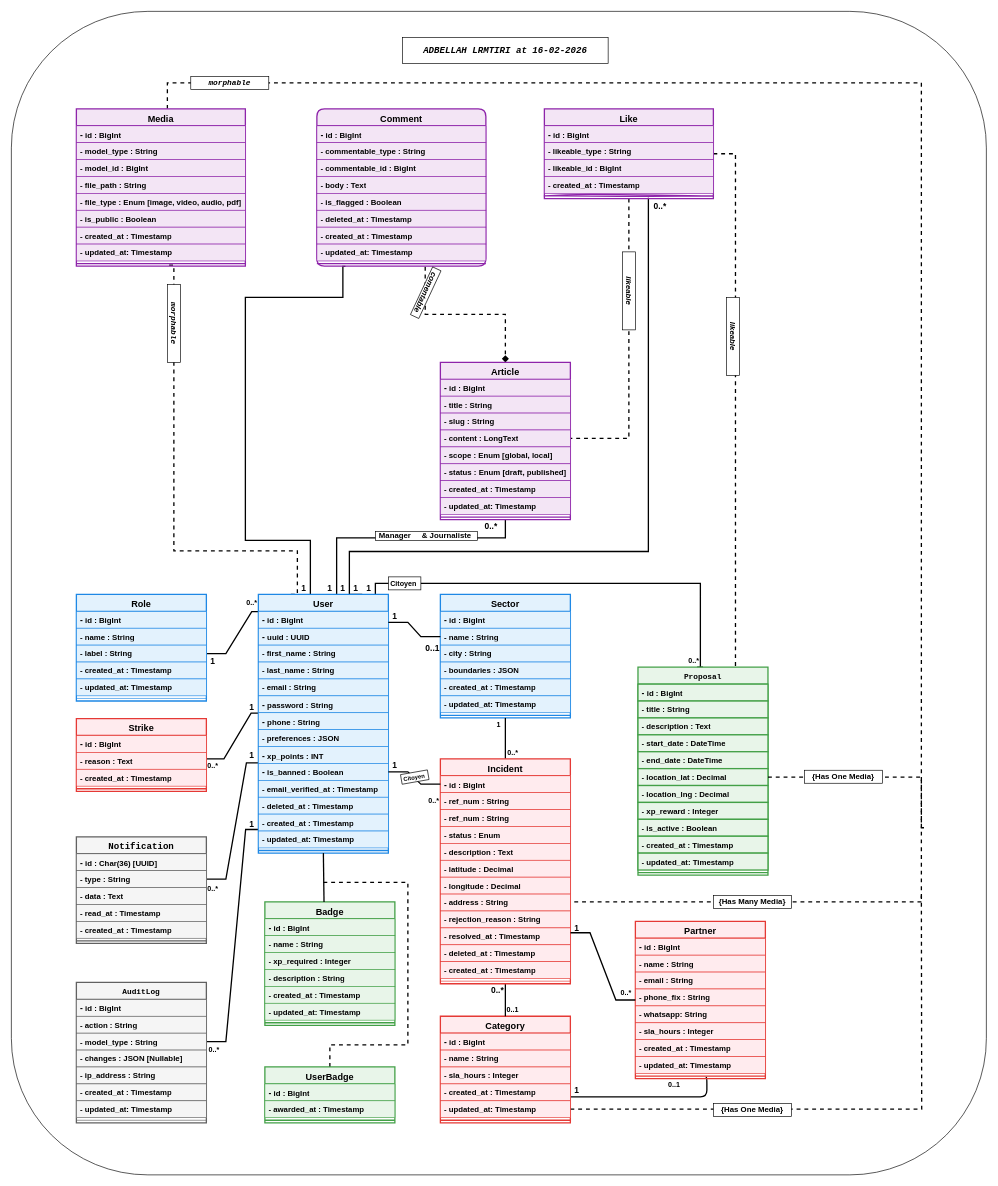
The draw.io diagram Dossier de Conception/diagramme Classe final Safi Pulse drow.drawio in AbdellahLemtiri/CityPulse-FR, before the edit. Source tidied: cells renumbered, new cells numbered last; positions are measured from the earlier drawing's top-left corner, leaving out a move shared by most shapes. Both pictures are drawn from the tidied source at 65%, with x=0, y=0 at pixel (11, 11).
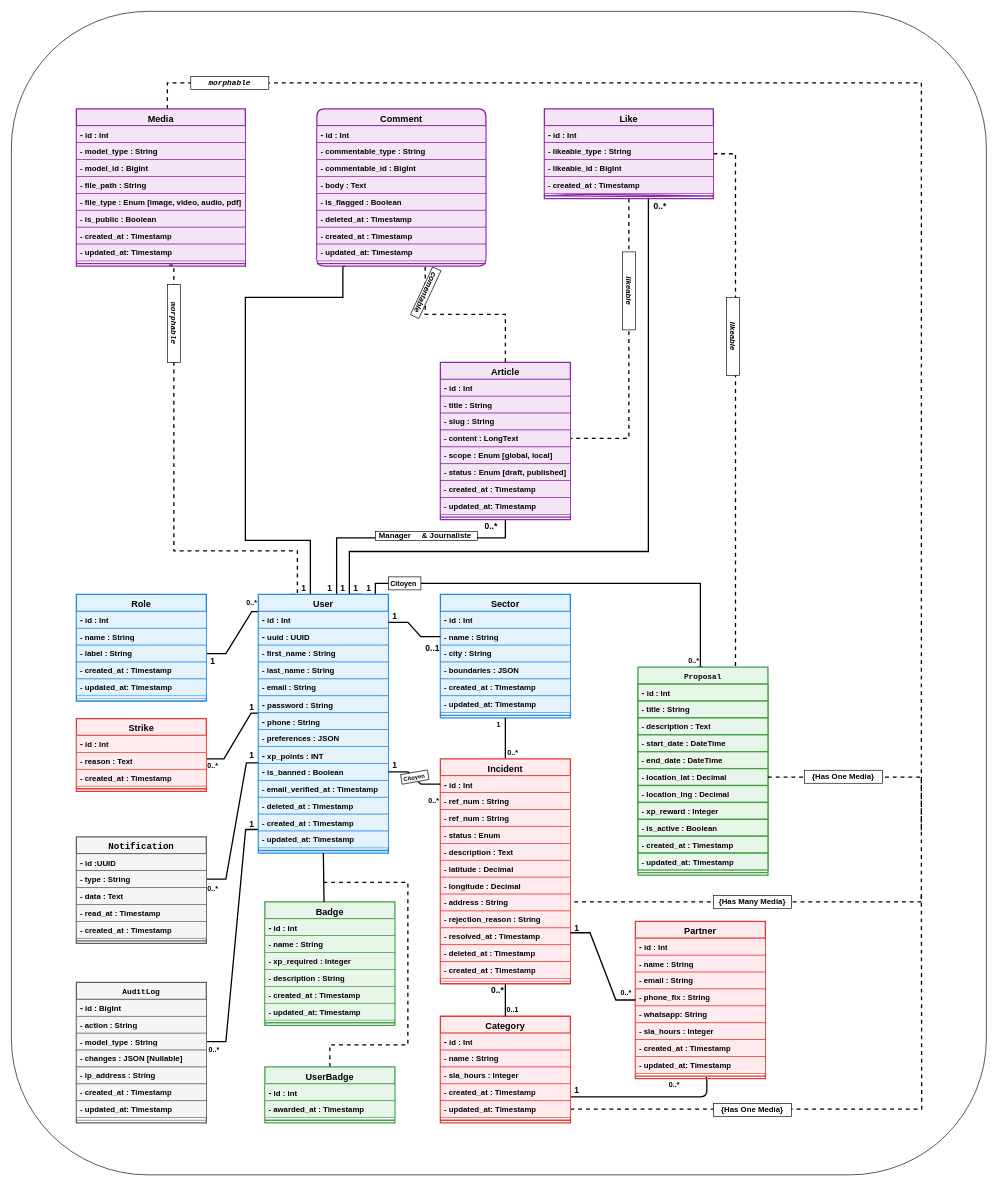
After the change.

The change refers to these unchanged cells:
```xml
<mxCell id="13" value="&lt;font style=&quot;font-size: 14px;&quot;&gt;User&lt;/font&gt;" style="swimlane;fontStyle=1;align=center;verticalAlign=top;horizontal=1;startSize=26;whiteSpace=wrap;html=1;backgroundOutline=0;fixedWidth=0;strokeWidth=2;fillColor=#E3F2FD;strokeColor=#1E88E5;" parent="1" vertex="1">
  <mxGeometry x="380" y="897" width="200" height="398" as="geometry" />
</mxCell>
<mxCell id="29" value="&lt;font style=&quot;font-size: 14px;&quot;&gt;Role&lt;/font&gt;" style="swimlane;fontStyle=1;align=center;verticalAlign=top;horizontal=1;startSize=26;whiteSpace=wrap;html=1;backgroundOutline=0;fixedWidth=0;strokeWidth=2;fillColor=#E3F2FD;strokeColor=#1E88E5;" parent="1" vertex="1">
  <mxGeometry x="100" y="897" width="200" height="164" as="geometry" />
</mxCell>
<mxCell id="36" value="&lt;font style=&quot;font-size: 14px;&quot;&gt;Sector&lt;/font&gt;" style="swimlane;fontStyle=1;align=center;verticalAlign=top;horizontal=1;startSize=26;whiteSpace=wrap;html=1;backgroundOutline=0;fixedWidth=0;strokeWidth=2;fillColor=#E3F2FD;strokeColor=#1E88E5;" parent="1" vertex="1">
  <mxGeometry x="660" y="897" width="200" height="190" as="geometry" />
</mxCell>
<mxCell id="45" value="&lt;font style=&quot;font-size: 14px;&quot;&gt;Media&lt;/font&gt;" style="swimlane;fontStyle=1;align=center;verticalAlign=top;horizontal=1;startSize=26;whiteSpace=wrap;html=1;backgroundOutline=0;fixedWidth=0;strokeWidth=2;fillColor=#F3E5F5;strokeColor=#8E24AA;" parent="1" vertex="1">
  <mxGeometry x="100" y="150" width="260" height="242" as="geometry" />
</mxCell>
<mxCell id="56" value="&lt;font style=&quot;font-size: 14px;&quot;&gt;Comment&lt;/font&gt;" style="swimlane;fontStyle=1;align=center;verticalAlign=top;horizontal=1;startSize=26;whiteSpace=wrap;html=1;backgroundOutline=0;fixedWidth=0;rounded=1;strokeWidth=2;fillColor=#F3E5F5;strokeColor=#8E24AA;" parent="1" vertex="1">
  <mxGeometry x="470" y="150" width="260" height="242" as="geometry" />
</mxCell>
<mxCell id="65" style="line;strokeWidth=2;align=left;verticalAlign=middle;spacingTop=-1;spacingLeft=3;spacingRight=3;labelPosition=right;points=[];portConstraint=eastwest;fillColor=#F3E5F5;strokeColor=#8E24AA;" parent="56" vertex="1">
  <mxGeometry y="234" width="260" height="8" as="geometry" />
</mxCell>
<mxCell id="68" value="&lt;font style=&quot;font-size: 14px;&quot;&gt;Like&lt;/font&gt;" style="swimlane;fontStyle=1;align=center;verticalAlign=top;horizontal=1;startSize=26;whiteSpace=wrap;html=1;backgroundOutline=0;fixedWidth=0;rounded=0;strokeWidth=2;fillColor=#F3E5F5;strokeColor=#8E24AA;" parent="1" vertex="1">
  <mxGeometry x="820" y="150" width="260" height="138" as="geometry" />
</mxCell>
<mxCell id="74" value="&lt;font style=&quot;font-size: 14px;&quot;&gt;Category&lt;/font&gt;" style="swimlane;fontStyle=1;align=center;verticalAlign=top;horizontal=1;startSize=26;whiteSpace=wrap;html=1;backgroundOutline=0;fixedWidth=0;strokeWidth=2;fillColor=#FFEBEE;strokeColor=#E53935;" parent="1" vertex="1">
  <mxGeometry x="660" y="1546" width="200" height="164" as="geometry" />
</mxCell>
<mxCell id="84" value="&lt;font style=&quot;font-size: 14px;&quot;&gt;Incident&lt;/font&gt;" style="swimlane;fontStyle=1;align=center;verticalAlign=top;horizontal=1;startSize=26;whiteSpace=wrap;html=1;backgroundOutline=0;fixedWidth=0;strokeWidth=2;fillColor=#FFEBEE;strokeColor=#E53935;" parent="1" vertex="1">
  <mxGeometry x="660" y="1150" width="200" height="346" as="geometry" />
</mxCell>
<mxCell id="98" value="&lt;font style=&quot;font-size: 14px;&quot;&gt;Partner&lt;/font&gt;" style="swimlane;fontStyle=1;align=center;verticalAlign=top;horizontal=1;startSize=26;whiteSpace=wrap;html=1;backgroundOutline=0;fixedWidth=0;strokeWidth=2;fillColor=#FFEBEE;strokeColor=#E53935;" parent="1" vertex="1">
  <mxGeometry x="960" y="1400" width="200" height="242" as="geometry" />
</mxCell>
<mxCell id="108" value="&lt;font style=&quot;font-size: 14px;&quot;&gt;Article&lt;/font&gt;" style="swimlane;fontStyle=1;align=center;verticalAlign=top;horizontal=1;startSize=26;whiteSpace=wrap;html=1;backgroundOutline=0;fixedWidth=0;strokeWidth=2;fillColor=#F3E5F5;strokeColor=#8E24AA;" parent="1" vertex="1">
  <mxGeometry x="660" y="540" width="200" height="242" as="geometry" />
</mxCell>
<mxCell id="118" value="&lt;font style=&quot;font-size: 14px;&quot;&gt;Badge&lt;/font&gt;" style="swimlane;fontStyle=1;align=center;verticalAlign=top;horizontal=1;startSize=26;whiteSpace=wrap;html=1;backgroundOutline=0;fixedWidth=0;strokeWidth=2;fillColor=#E8F5E9;strokeColor=#43A047;" parent="1" vertex="1">
  <mxGeometry x="390" y="1370" width="200" height="190" as="geometry" />
</mxCell>
<mxCell id="127" value="&lt;font style=&quot;font-size: 14px;&quot;&gt;UserBadge&lt;/font&gt;" style="swimlane;fontStyle=1;align=center;verticalAlign=top;horizontal=1;startSize=26;whiteSpace=wrap;html=1;backgroundOutline=0;fixedWidth=0;strokeWidth=2;fillColor=#E8F5E9;strokeColor=#43A047;" parent="1" vertex="1">
  <mxGeometry x="390" y="1624" width="200" height="86" as="geometry" />
</mxCell>
<mxCell id="131" value="&lt;code&gt;Proposal&lt;/code&gt;" style="swimlane;fontStyle=1;align=center;verticalAlign=top;horizontal=1;startSize=26;whiteSpace=wrap;html=1;backgroundOutline=0;fixedWidth=0;strokeWidth=2;fillColor=#E8F5E9;strokeColor=#43A047;" parent="1" vertex="1">
  <mxGeometry x="964" y="1009" width="200" height="320" as="geometry" />
</mxCell>
<mxCell id="137" value="&lt;div&gt;&lt;b&gt;-&amp;nbsp;&lt;span style=&quot;background-color: transparent; color: light-dark(rgb(0, 0, 0), rgb(255, 255, 255));&quot;&gt;location_lat : Decimal&lt;/span&gt;&lt;br&gt;&lt;/b&gt;&lt;/div&gt;" style="text;align=left;verticalAlign=top;spacingLeft=4;spacingRight=4;overflow=hidden;points=[[0,0.5],[1,0.5]];portConstraint=eastwest;whiteSpace=wrap;html=1;strokeWidth=2;fillColor=#E8F5E9;strokeColor=#43A047;" parent="131" vertex="1">
  <mxGeometry y="156" width="200" height="26" as="geometry" />
</mxCell>
<mxCell id="145" value="&lt;b&gt;&lt;code&gt;&lt;font style=&quot;font-size: 14px;&quot;&gt;Notification&lt;/font&gt;&lt;/code&gt;&lt;/b&gt;" style="swimlane;fontStyle=1;align=center;verticalAlign=top;horizontal=1;startSize=26;whiteSpace=wrap;html=1;backgroundOutline=0;fixedWidth=0;strokeWidth=2;fillColor=#F5F5F5;strokeColor=#616161;" parent="1" vertex="1">
  <mxGeometry x="100" y="1270" width="200" height="164" as="geometry" />
</mxCell>
<mxCell id="161" value="&lt;font style=&quot;font-size: 14px;&quot;&gt;Strike&lt;/font&gt;" style="swimlane;fontStyle=1;align=center;verticalAlign=top;horizontal=1;startSize=26;whiteSpace=wrap;html=1;backgroundOutline=0;fixedWidth=0;strokeWidth=2;fillColor=#FFEBEE;strokeColor=#E53935;" parent="1" vertex="1">
  <mxGeometry x="100" y="1088" width="200" height="112" as="geometry" />
</mxCell>
```

Diff of the diagram source:
```diff
@@
-    <mxCell id="14" value="&lt;b&gt;&lt;span style=&quot;font-size: 13px;&quot;&gt;-&amp;nbsp;&lt;/span&gt;id : BigInt&lt;/b&gt;" style="text;align=left;verticalAlign=top;spacingLeft=4;spacingRight=4;overflow=hidden;points=[[0,0.5],[1,0.5]];portConstraint=eastwest;whiteSpace=wrap;html=1;strokeWidth=1;fillColor=#E3F2FD;strokeColor=#1E88E5;" parent="13" vertex="1">
+    <mxCell id="14" value="&lt;b&gt;&lt;span style=&quot;font-size: 13px;&quot;&gt;-&amp;nbsp;&lt;/span&gt;id : Int&lt;/b&gt;" style="text;align=left;verticalAlign=top;spacingLeft=4;spacingRight=4;overflow=hidden;points=[[0,0.5],[1,0.5]];portConstraint=eastwest;whiteSpace=wrap;html=1;strokeWidth=1;fillColor=#E3F2FD;strokeColor=#1E88E5;" parent="13" vertex="1">
       <mxGeometry y="26" width="200" height="26" as="geometry" />
     </mxCell>
@@
-    <mxCell id="30" value="&lt;b&gt;&lt;span style=&quot;font-size: 13px;&quot;&gt;-&amp;nbsp;&lt;/span&gt;id : BigInt&lt;/b&gt;" style="text;align=left;verticalAlign=top;spacingLeft=4;spacingRight=4;overflow=hidden;whiteSpace=wrap;html=1;strokeWidth=1;fillColor=#E3F2FD;strokeColor=#1E88E5;" parent="29" vertex="1">
+    <mxCell id="30" value="&lt;b&gt;&lt;span style=&quot;font-size: 13px;&quot;&gt;-&amp;nbsp;&lt;/span&gt;id :&amp;nbsp;&lt;/b&gt;&lt;b&gt;Int&lt;/b&gt;" style="text;align=left;verticalAlign=top;spacingLeft=4;spacingRight=4;overflow=hidden;whiteSpace=wrap;html=1;strokeWidth=1;fillColor=#E3F2FD;strokeColor=#1E88E5;" parent="29" vertex="1">
       <mxGeometry y="26" width="200" height="26" as="geometry" />
     </mxCell>
@@
-    <mxCell id="37" value="&lt;b&gt;&lt;span style=&quot;font-size: 13px;&quot;&gt;-&amp;nbsp;&lt;/span&gt;id : BigInt&lt;/b&gt;" style="text;align=left;verticalAlign=top;spacingLeft=4;spacingRight=4;overflow=hidden;whiteSpace=wrap;html=1;strokeWidth=1;fillColor=#E3F2FD;strokeColor=#1E88E5;" parent="36" vertex="1">
+    <mxCell id="37" value="&lt;b&gt;&lt;span style=&quot;font-size: 13px;&quot;&gt;-&amp;nbsp;&lt;/span&gt;id :&amp;nbsp;&lt;/b&gt;&lt;b&gt;Int&lt;/b&gt;" style="text;align=left;verticalAlign=top;spacingLeft=4;spacingRight=4;overflow=hidden;whiteSpace=wrap;html=1;strokeWidth=1;fillColor=#E3F2FD;strokeColor=#1E88E5;" parent="36" vertex="1">
       <mxGeometry y="26" width="200" height="26" as="geometry" />
     </mxCell>
@@
-    <mxCell id="46" value="&lt;b&gt;&lt;span style=&quot;font-size: 13px;&quot;&gt;-&amp;nbsp;&lt;/span&gt;id : BigInt&lt;/b&gt;" style="text;align=left;verticalAlign=top;spacingLeft=4;spacingRight=4;overflow=hidden;whiteSpace=wrap;html=1;strokeWidth=1;fillColor=#F3E5F5;strokeColor=#8E24AA;" parent="45" vertex="1">
+    <mxCell id="46" value="&lt;b&gt;&lt;span style=&quot;font-size: 13px;&quot;&gt;-&amp;nbsp;&lt;/span&gt;id :&amp;nbsp;&lt;/b&gt;&lt;b&gt;Int&lt;/b&gt;" style="text;align=left;verticalAlign=top;spacingLeft=4;spacingRight=4;overflow=hidden;whiteSpace=wrap;html=1;strokeWidth=1;fillColor=#F3E5F5;strokeColor=#8E24AA;" parent="45" vertex="1">
       <mxGeometry y="26" width="260" height="26" as="geometry" />
     </mxCell>
@@
-    <mxCell id="55" style="edgeStyle=orthogonalEdgeStyle;rounded=0;jettySize=auto;html=1;entryX=0.5;entryY=0;entryDx=0;entryDy=0;strokeWidth=2;dashed=1;endArrow=diamond;endFill=1;exitX=0.641;exitY=1.115;exitDx=0;exitDy=0;exitPerimeter=0;" parent="1" edge="1" source="65" target="108">
+    <mxCell id="55" style="edgeStyle=orthogonalEdgeStyle;rounded=0;jettySize=auto;html=1;entryX=0.5;entryY=0;entryDx=0;entryDy=0;strokeWidth=2;dashed=1;endArrow=none;endFill=0;exitX=0.641;exitY=1.115;exitDx=0;exitDy=0;exitPerimeter=0;" parent="1" edge="1" source="65" target="108">
       <mxGeometry relative="1" as="geometry">
         <Array as="points">
           <mxPoint x="637" y="466" />
           <mxPoint x="760" y="466" />
         </Array>
       </mxGeometry>
     </mxCell>
@@
-    <mxCell id="57" value="&lt;b&gt;&lt;span style=&quot;font-size: 13px;&quot;&gt;-&amp;nbsp;&lt;/span&gt;id : BigInt&lt;/b&gt;" style="text;align=left;verticalAlign=top;spacingLeft=4;spacingRight=4;overflow=hidden;whiteSpace=wrap;html=1;strokeWidth=1;fillColor=#F3E5F5;strokeColor=#8E24AA;" parent="56" vertex="1">
+    <mxCell id="57" value="&lt;b&gt;&lt;span style=&quot;font-size: 13px;&quot;&gt;-&amp;nbsp;&lt;/span&gt;id :&amp;nbsp;&lt;/b&gt;&lt;b&gt;Int&lt;/b&gt;" style="text;align=left;verticalAlign=top;spacingLeft=4;spacingRight=4;overflow=hidden;whiteSpace=wrap;html=1;strokeWidth=1;fillColor=#F3E5F5;strokeColor=#8E24AA;" parent="56" vertex="1">
       <mxGeometry y="26" width="260" height="26" as="geometry" />
     </mxCell>
@@
-    <mxCell id="69" value="&lt;b&gt;&lt;span style=&quot;font-size: 13px;&quot;&gt;-&amp;nbsp;&lt;/span&gt;id : BigInt&lt;/b&gt;" style="text;align=left;verticalAlign=top;spacingLeft=4;spacingRight=4;overflow=hidden;whiteSpace=wrap;html=1;strokeWidth=1;fillColor=#F3E5F5;strokeColor=#8E24AA;" parent="68" vertex="1">
+    <mxCell id="69" value="&lt;b&gt;&lt;span style=&quot;font-size: 13px;&quot;&gt;-&amp;nbsp;&lt;/span&gt;id :&amp;nbsp;&lt;/b&gt;&lt;b&gt;Int&lt;/b&gt;" style="text;align=left;verticalAlign=top;spacingLeft=4;spacingRight=4;overflow=hidden;whiteSpace=wrap;html=1;strokeWidth=1;fillColor=#F3E5F5;strokeColor=#8E24AA;" parent="68" vertex="1">
       <mxGeometry y="26" width="260" height="26" as="geometry" />
     </mxCell>
@@
-    <mxCell id="75" value="&lt;b&gt;&lt;span style=&quot;font-size: 13px;&quot;&gt;-&amp;nbsp;&lt;/span&gt;id : BigInt&lt;/b&gt;" style="text;align=left;verticalAlign=top;spacingLeft=4;spacingRight=4;overflow=hidden;whiteSpace=wrap;html=1;strokeWidth=1;fillColor=#FFEBEE;strokeColor=#E53935;" parent="74" vertex="1">
+    <mxCell id="75" value="&lt;b&gt;&lt;span style=&quot;font-size: 13px;&quot;&gt;-&amp;nbsp;&lt;/span&gt;id :&amp;nbsp;&lt;/b&gt;&lt;b&gt;Int&lt;/b&gt;" style="text;align=left;verticalAlign=top;spacingLeft=4;spacingRight=4;overflow=hidden;whiteSpace=wrap;html=1;strokeWidth=1;fillColor=#FFEBEE;strokeColor=#E53935;" parent="74" vertex="1">
       <mxGeometry y="26" width="200" height="26" as="geometry" />
     </mxCell>
@@
-    <mxCell id="85" value="&lt;b&gt;&lt;span style=&quot;font-size: 13px;&quot;&gt;-&amp;nbsp;&lt;/span&gt;id : BigInt&lt;/b&gt;" style="text;align=left;verticalAlign=top;spacingLeft=4;spacingRight=4;overflow=hidden;points=[[0,0.5],[1,0.5]];portConstraint=eastwest;whiteSpace=wrap;html=1;strokeWidth=1;fillColor=#FFEBEE;strokeColor=#E53935;" parent="84" vertex="1">
+    <mxCell id="85" value="&lt;b&gt;&lt;span style=&quot;font-size: 13px;&quot;&gt;-&amp;nbsp;&lt;/span&gt;id :&amp;nbsp;&lt;/b&gt;&lt;b&gt;Int&lt;/b&gt;" style="text;align=left;verticalAlign=top;spacingLeft=4;spacingRight=4;overflow=hidden;points=[[0,0.5],[1,0.5]];portConstraint=eastwest;whiteSpace=wrap;html=1;strokeWidth=1;fillColor=#FFEBEE;strokeColor=#E53935;" parent="84" vertex="1">
       <mxGeometry y="26" width="200" height="26" as="geometry" />
     </mxCell>
@@
-    <mxCell id="99" value="&lt;b&gt;&lt;span style=&quot;font-size: 13px;&quot;&gt;-&amp;nbsp;&lt;/span&gt;id : BigInt&lt;/b&gt;" style="text;align=left;verticalAlign=top;spacingLeft=4;spacingRight=4;overflow=hidden;whiteSpace=wrap;html=1;strokeWidth=1;fillColor=#FFEBEE;strokeColor=#E53935;" parent="98" vertex="1">
+    <mxCell id="99" value="&lt;b&gt;&lt;span style=&quot;font-size: 13px;&quot;&gt;-&amp;nbsp;&lt;/span&gt;id :&amp;nbsp;&lt;/b&gt;&lt;b&gt;Int&lt;/b&gt;" style="text;align=left;verticalAlign=top;spacingLeft=4;spacingRight=4;overflow=hidden;whiteSpace=wrap;html=1;strokeWidth=1;fillColor=#FFEBEE;strokeColor=#E53935;" parent="98" vertex="1">
       <mxGeometry y="26" width="200" height="26" as="geometry" />
     </mxCell>
@@
-    <mxCell id="109" value="&lt;b&gt;&lt;span style=&quot;font-size: 13px;&quot;&gt;-&amp;nbsp;&lt;/span&gt;id : BigInt&lt;/b&gt;" style="text;align=left;verticalAlign=top;spacingLeft=4;spacingRight=4;overflow=hidden;whiteSpace=wrap;html=1;strokeWidth=1;fillColor=#F3E5F5;strokeColor=#8E24AA;" parent="108" vertex="1">
+    <mxCell id="109" value="&lt;b&gt;&lt;span style=&quot;font-size: 13px;&quot;&gt;-&amp;nbsp;&lt;/span&gt;id :&amp;nbsp;&lt;/b&gt;&lt;b&gt;Int&lt;/b&gt;" style="text;align=left;verticalAlign=top;spacingLeft=4;spacingRight=4;overflow=hidden;whiteSpace=wrap;html=1;strokeWidth=1;fillColor=#F3E5F5;strokeColor=#8E24AA;" parent="108" vertex="1">
       <mxGeometry y="26" width="200" height="26" as="geometry" />
     </mxCell>
@@
-    <mxCell id="119" value="&lt;b&gt;&lt;span style=&quot;font-size: 13px;&quot;&gt;-&amp;nbsp;&lt;/span&gt;id : BigInt&lt;/b&gt;" style="text;align=left;verticalAlign=top;spacingLeft=4;spacingRight=4;overflow=hidden;whiteSpace=wrap;html=1;strokeWidth=1;fillColor=#E8F5E9;strokeColor=#43A047;" parent="118" vertex="1">
+    <mxCell id="119" value="&lt;b&gt;&lt;span style=&quot;font-size: 13px;&quot;&gt;-&amp;nbsp;&lt;/span&gt;id :&amp;nbsp;&lt;/b&gt;&lt;b&gt;Int&lt;/b&gt;" style="text;align=left;verticalAlign=top;spacingLeft=4;spacingRight=4;overflow=hidden;whiteSpace=wrap;html=1;strokeWidth=1;fillColor=#E8F5E9;strokeColor=#43A047;" parent="118" vertex="1">
       <mxGeometry y="26" width="200" height="26" as="geometry" />
     </mxCell>
@@
-    <mxCell id="128" value="&lt;b&gt;&lt;span style=&quot;font-size: 13px;&quot;&gt;-&amp;nbsp;&lt;/span&gt;id : BigInt&lt;/b&gt;" style="text;align=left;verticalAlign=top;spacingLeft=4;spacingRight=4;overflow=hidden;whiteSpace=wrap;html=1;strokeWidth=1;fillColor=#E8F5E9;strokeColor=#43A047;" parent="127" vertex="1">
+    <mxCell id="128" value="&lt;b&gt;&lt;span style=&quot;font-size: 13px;&quot;&gt;-&amp;nbsp;&lt;/span&gt;id :&amp;nbsp;&lt;/b&gt;&lt;b&gt;Int&lt;/b&gt;" style="text;align=left;verticalAlign=top;spacingLeft=4;spacingRight=4;overflow=hidden;whiteSpace=wrap;html=1;strokeWidth=1;fillColor=#E8F5E9;strokeColor=#43A047;" parent="127" vertex="1">
       <mxGeometry y="26" width="200" height="26" as="geometry" />
     </mxCell>
@@
-    <mxCell id="132" value="&lt;b&gt;&lt;span style=&quot;font-size: 13px;&quot;&gt;-&amp;nbsp;&lt;/span&gt;id : BigInt&lt;/b&gt;" style="text;align=left;verticalAlign=top;spacingLeft=4;spacingRight=4;overflow=hidden;whiteSpace=wrap;html=1;strokeWidth=2;fillColor=#E8F5E9;strokeColor=#43A047;" parent="131" vertex="1">
+    <mxCell id="132" value="&lt;b&gt;&lt;span style=&quot;font-size: 13px;&quot;&gt;-&amp;nbsp;&lt;/span&gt;id :&amp;nbsp;&lt;/b&gt;&lt;b&gt;Int&lt;/b&gt;" style="text;align=left;verticalAlign=top;spacingLeft=4;spacingRight=4;overflow=hidden;whiteSpace=wrap;html=1;strokeWidth=2;fillColor=#E8F5E9;strokeColor=#43A047;" parent="131" vertex="1">
       <mxGeometry y="26" width="200" height="26" as="geometry" />
     </mxCell>
@@
     <mxCell id="140" style="edgeStyle=orthogonalEdgeStyle;rounded=0;jettySize=auto;html=1;endArrow=none;endFill=0;strokeWidth=2;dashed=1;exitX=1;exitY=0.5;exitDx=0;exitDy=0;" parent="131" edge="1" source="137">
       <mxGeometry relative="1" as="geometry">
-        <mxPoint x="440" y="247" as="targetPoint" />
+        <mxPoint x="436" y="251" as="targetPoint" />
         <Array as="points">
           <mxPoint x="436" y="169" />
           <mxPoint x="436" y="247" />
         </Array>
       </mxGeometry>
     </mxCell>
@@
-    <mxCell id="146" value="&lt;b&gt;&lt;span style=&quot;font-size: 13px;&quot;&gt;-&amp;nbsp;&lt;/span&gt;id : Char(36) [UUID]&lt;/b&gt;" style="text;align=left;verticalAlign=top;spacingLeft=4;spacingRight=4;overflow=hidden;whiteSpace=wrap;html=1;strokeWidth=1;fillColor=#F5F5F5;strokeColor=#616161;" parent="145" vertex="1">
+    <mxCell id="146" value="&lt;b&gt;&lt;span style=&quot;font-size: 13px;&quot;&gt;-&amp;nbsp;&lt;/span&gt;id :UUID&lt;/b&gt;" style="text;align=left;verticalAlign=top;spacingLeft=4;spacingRight=4;overflow=hidden;whiteSpace=wrap;html=1;strokeWidth=1;fillColor=#F5F5F5;strokeColor=#616161;" parent="145" vertex="1">
       <mxGeometry y="26" width="200" height="26" as="geometry" />
     </mxCell>
@@
-    <mxCell id="162" value="&lt;b&gt;&lt;span style=&quot;font-size: 13px;&quot;&gt;-&amp;nbsp;&lt;/span&gt;id : BigInt&lt;/b&gt;" style="text;align=left;verticalAlign=top;spacingLeft=4;spacingRight=4;overflow=hidden;whiteSpace=wrap;html=1;strokeWidth=1;fillColor=#FFEBEE;strokeColor=#E53935;" parent="161" vertex="1">
+    <mxCell id="162" value="&lt;b&gt;&lt;span style=&quot;font-size: 13px;&quot;&gt;-&amp;nbsp;&lt;/span&gt;id :&amp;nbsp;&lt;/b&gt;&lt;b&gt;Int&lt;/b&gt;" style="text;align=left;verticalAlign=top;spacingLeft=4;spacingRight=4;overflow=hidden;whiteSpace=wrap;html=1;strokeWidth=1;fillColor=#FFEBEE;strokeColor=#E53935;" parent="161" vertex="1">
       <mxGeometry y="26" width="200" height="26" as="geometry" />
     </mxCell>
@@
-    <mxCell id="180" value="&lt;b style=&quot;&quot;&gt;&lt;font style=&quot;font-size: 11px;&quot;&gt;0..1&lt;/font&gt;&lt;/b&gt;" style="text;html=1;whiteSpace=wrap;strokeColor=none;fillColor=none;align=center;verticalAlign=middle;rounded=0;" parent="1" vertex="1">
+    <mxCell id="180" value="&lt;b style=&quot;&quot;&gt;&lt;font style=&quot;font-size: 11px;&quot;&gt;0..*&lt;/font&gt;&lt;/b&gt;" style="text;html=1;whiteSpace=wrap;strokeColor=none;fillColor=none;align=center;verticalAlign=middle;rounded=0;" parent="1" vertex="1">
       <mxGeometry x="1010" y="1642" width="20" height="20" as="geometry" />
     </mxCell>
@@
-    <mxCell id="207" value="&lt;span style=&quot;font-family: monospace; text-align: left;&quot;&gt;&lt;b&gt;&lt;i&gt;&lt;font style=&quot;font-size: 14px;&quot;&gt;ADBELLAH LRMTIRI at 16-02-2026&lt;/font&gt;&lt;/i&gt;&lt;/b&gt;&lt;/span&gt;" style="whiteSpace=wrap;html=1;align=center;" parent="1" vertex="1">
-      <mxGeometry x="601.9" y="40" width="316.2" height="40" as="geometry" />
-    </mxCell>
```
